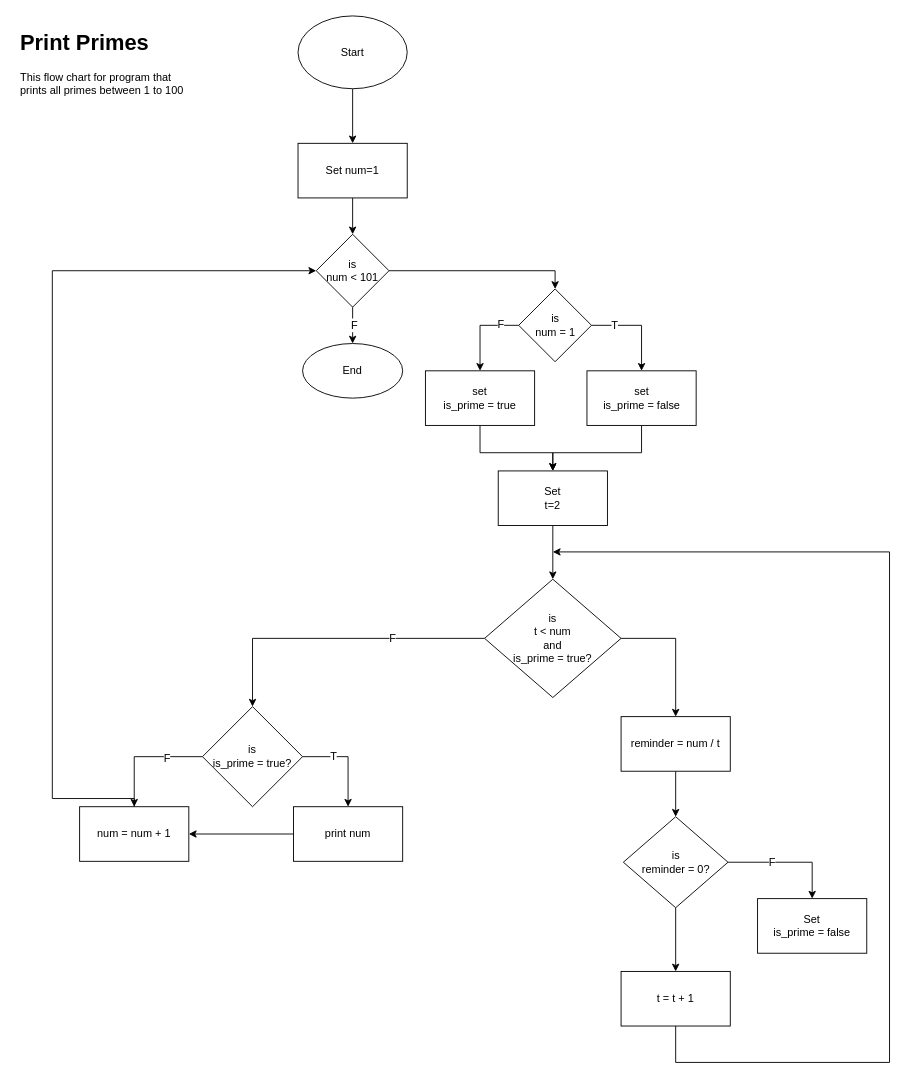
hirengondhiya/HirenGondhiya_T1A1 keeps this draw.io diagram as T1A3_Q14.drawio. Above is the earlier version. Source tidied: cells renumbered, new cells numbered last; positions are measured from the earlier drawing's top-left corner, leaving out a move shared by most shapes. Both pictures are drawn from the tidied source at 91%, with x=0, y=0 at pixel (15, 15).
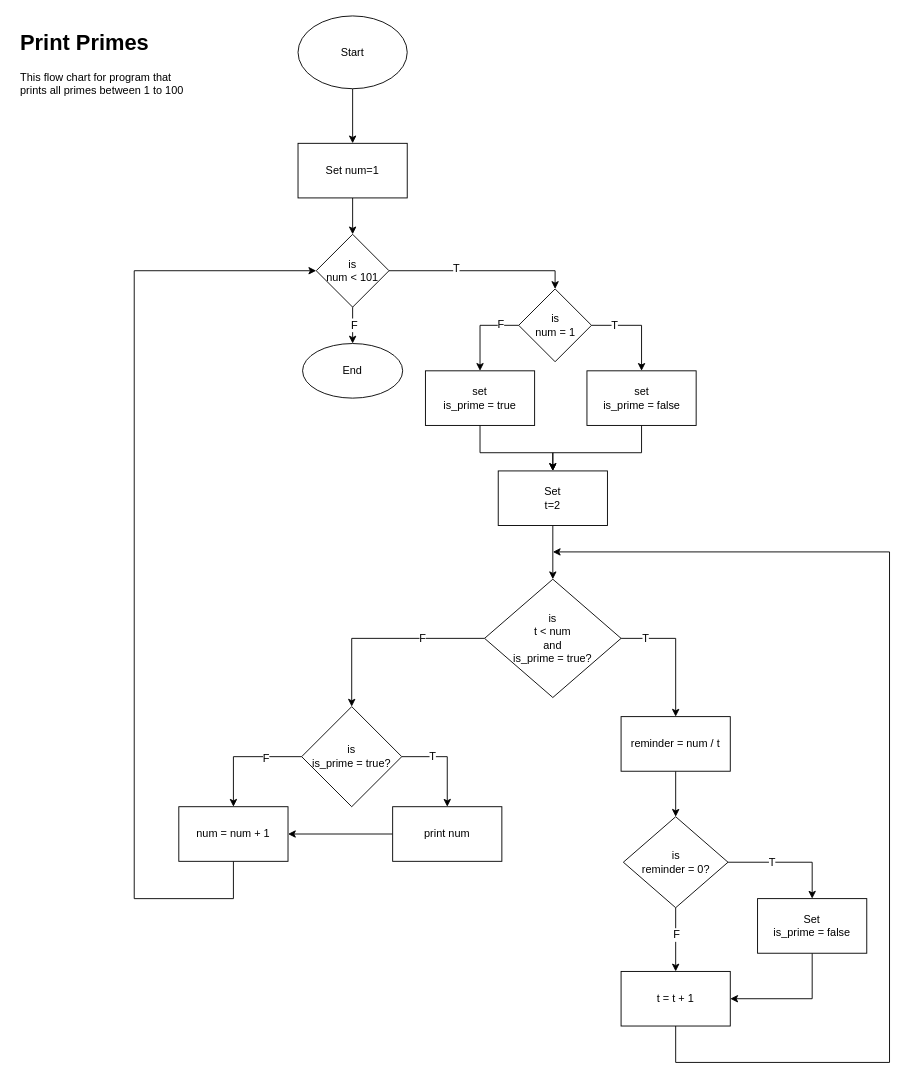
The same diagram, later.

Unchanged cells that the change refers to:
```xml
<mxCell id="8" style="edgeStyle=orthogonalEdgeStyle;rounded=0;jettySize=auto;html=1;entryX=0.5;entryY=0;entryDx=0;entryDy=0;" parent="1" edge="1" source="9" target="25">
  <mxGeometry relative="1" as="geometry" />
</mxCell>
<mxCell id="9" value="is&lt;br&gt;num &amp;lt; 101" style="rhombus;whiteSpace=wrap;html=1;" parent="1" vertex="1">
  <mxGeometry x="330" y="240" width="80" height="80" as="geometry" />
</mxCell>
<mxCell id="14" style="edgeStyle=orthogonalEdgeStyle;rounded=0;jettySize=auto;html=1;entryX=0.5;entryY=0;entryDx=0;entryDy=0;exitX=1;exitY=0.5;exitDx=0;exitDy=0;" parent="1" edge="1" source="15" target="29">
  <mxGeometry relative="1" as="geometry" />
</mxCell>
<mxCell id="30" style="edgeStyle=orthogonalEdgeStyle;rounded=0;jettySize=auto;html=1;entryX=0.5;entryY=0;entryDx=0;entryDy=0;" parent="1" edge="1" source="33" target="34">
  <mxGeometry relative="1" as="geometry" />
</mxCell>
<mxCell id="32" style="edgeStyle=orthogonalEdgeStyle;rounded=0;jettySize=auto;html=1;" parent="1" edge="1" source="33" target="36">
  <mxGeometry relative="1" as="geometry" />
</mxCell>
<mxCell id="34" value="Set&lt;br&gt;is_prime = false" style="rounded=0;whiteSpace=wrap;html=1;" parent="1" vertex="1">
  <mxGeometry x="815" y="970" width="120" height="60" as="geometry" />
</mxCell>
<mxCell id="36" value="t = t + 1" style="rounded=0;whiteSpace=wrap;html=1;" parent="1" vertex="1">
  <mxGeometry x="665" y="1050" width="120" height="60" as="geometry" />
</mxCell>
```

Change to the diagram source:
```diff
@@
+    <mxCell id="45" value="T" style="text;html=1;align=center;verticalAlign=middle;labelBackgroundColor=#ffffff;" parent="8" vertex="1">
+      <mxGeometry x="-0.28" y="3" relative="1" as="geometry" />
+    </mxCell>
@@
+    <mxCell id="46" value="T" style="text;html=1;align=center;verticalAlign=middle;labelBackgroundColor=#ffffff;" parent="14" vertex="1">
+      <mxGeometry x="-0.64" relative="1" as="geometry" />
+    </mxCell>
@@
     <mxCell id="20" value="is&lt;br&gt;is_prime = true?" style="rhombus;whiteSpace=wrap;html=1;" parent="1" vertex="1">
-      <mxGeometry x="205" y="759" width="110" height="110" as="geometry" />
+      <mxGeometry x="314" y="759" width="110" height="110" as="geometry" />
     </mxCell>
@@
-    <mxCell id="31" value="F" style="text;html=1;align=center;verticalAlign=middle;labelBackgroundColor=#ffffff;" parent="30" vertex="1">
+    <mxCell id="31" value="T" style="text;html=1;align=center;verticalAlign=middle;labelBackgroundColor=#ffffff;" parent="30" vertex="1">
       <mxGeometry x="-0.27" relative="1" as="geometry" />
     </mxCell>
@@
+    <mxCell id="47" value="F" style="text;html=1;align=center;verticalAlign=middle;labelBackgroundColor=#ffffff;" parent="32" vertex="1">
+      <mxGeometry x="-0.17" relative="1" as="geometry" />
+    </mxCell>
@@
+    <mxCell id="48" style="edgeStyle=orthogonalEdgeStyle;rounded=0;jettySize=auto;html=1;entryX=1;entryY=0.5;entryDx=0;entryDy=0;exitX=0.5;exitY=1;exitDx=0;exitDy=0;" parent="1" edge="1" source="34" target="36">
+      <mxGeometry relative="1" as="geometry" />
+    </mxCell>
@@
     <mxCell id="39" value="print num" style="rounded=0;whiteSpace=wrap;html=1;" parent="1" vertex="1">
-      <mxGeometry x="305" y="869" width="120" height="60" as="geometry" />
+      <mxGeometry x="414" y="869" width="120" height="60" as="geometry" />
     </mxCell>
     <mxCell id="40" style="edgeStyle=orthogonalEdgeStyle;rounded=0;jettySize=auto;html=1;entryX=0;entryY=0.5;entryDx=0;entryDy=0;exitX=0.5;exitY=1;exitDx=0;exitDy=0;" parent="1" edge="1" source="41" target="9">
       <mxGeometry relative="1" as="geometry">
         <Array as="points">
-          <mxPoint x="130" y="860" />
-          <mxPoint x="40" y="860" />
-          <mxPoint x="40" y="280" />
+          <mxPoint x="239" y="970" />
+          <mxPoint x="130" y="970" />
+          <mxPoint x="130" y="280" />
         </Array>
       </mxGeometry>
     </mxCell>
     <mxCell id="41" value="num = num + 1" style="rounded=0;whiteSpace=wrap;html=1;" parent="1" vertex="1">
-      <mxGeometry x="70" y="869" width="120" height="60" as="geometry" />
+      <mxGeometry x="179" y="869" width="120" height="60" as="geometry" />
     </mxCell>
```
